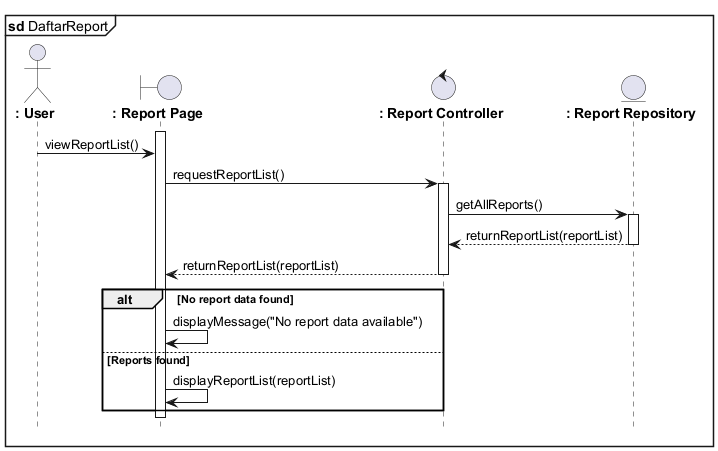
This is out/daftar_report.png from azrappp/learning_uml2.0_pmul, a PlantUML export, as it was before one commit.
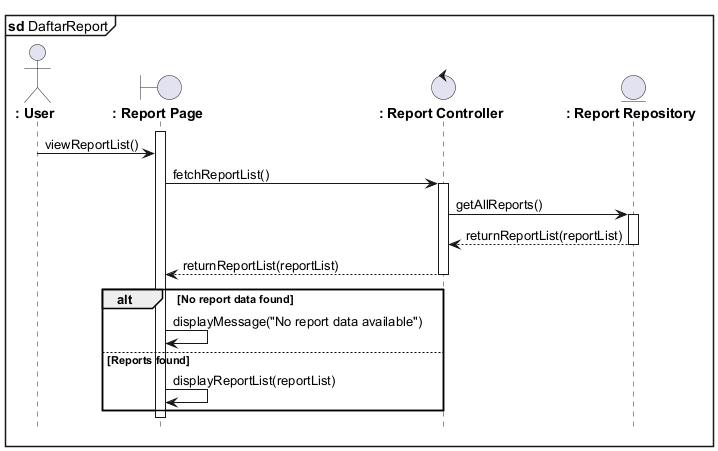
After the commit.

The edit, as a diff of the source:
```diff
@@ -10,7 +10,7 @@
 activate ReportPage
 
 User -> ReportPage : viewReportList()
-ReportPage -> ReportController : requestReportList()
+ReportPage -> ReportController : fetchReportList()
 activate ReportController
 
 ReportController -> ReportRepository : getAllReports()
```
